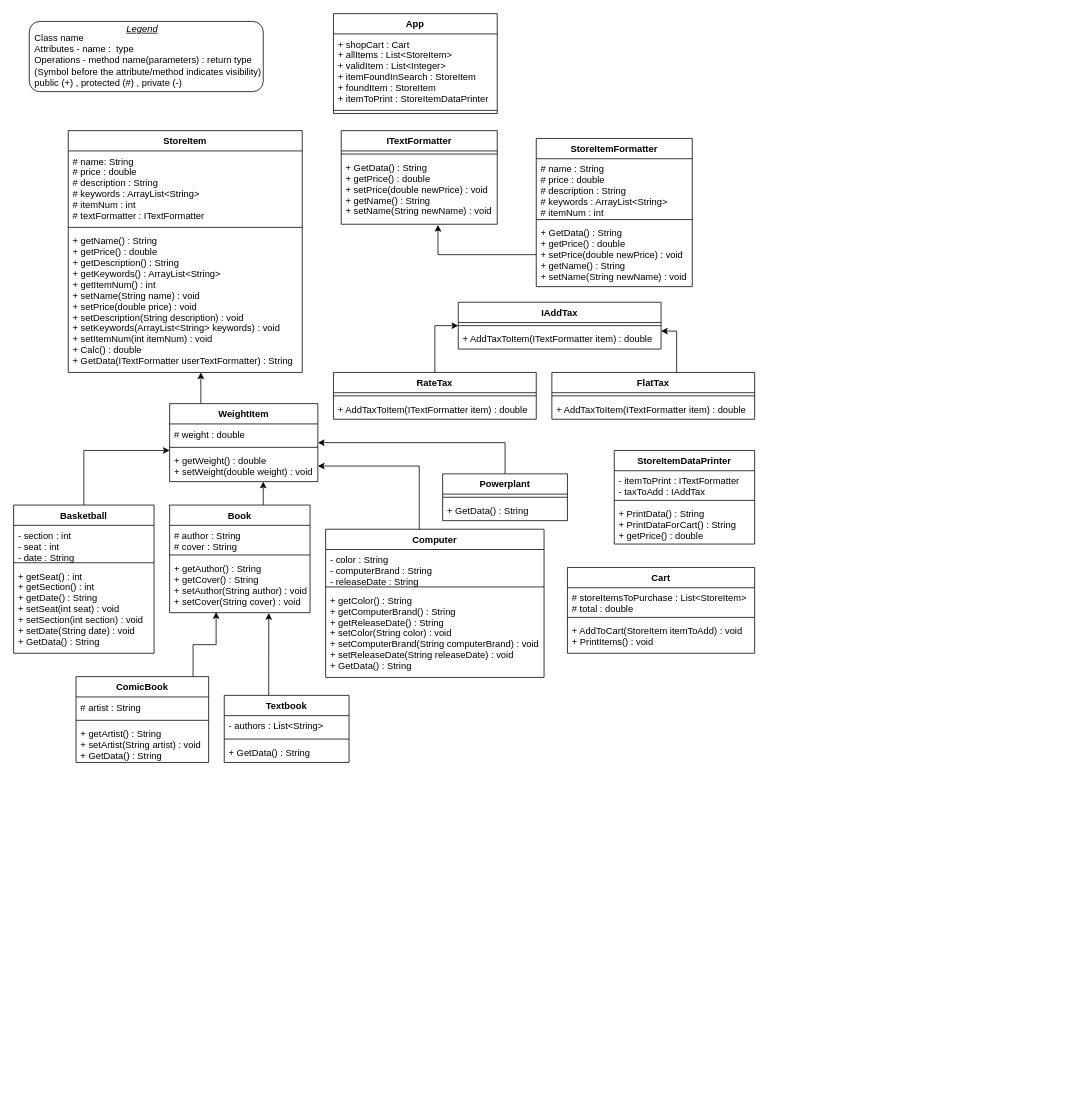
Earlier version of the draw.io diagram Virtual Store Final.drawio (Seneca-Foundation/Virtual-Store). Source tidied: cells renumbered, new cells numbered last; positions are measured from the earlier drawing's top-left corner, leaving out a move shared by most shapes. Both pictures are drawn from the tidied source at 78%, with x=0, y=0 at pixel (13, 13).
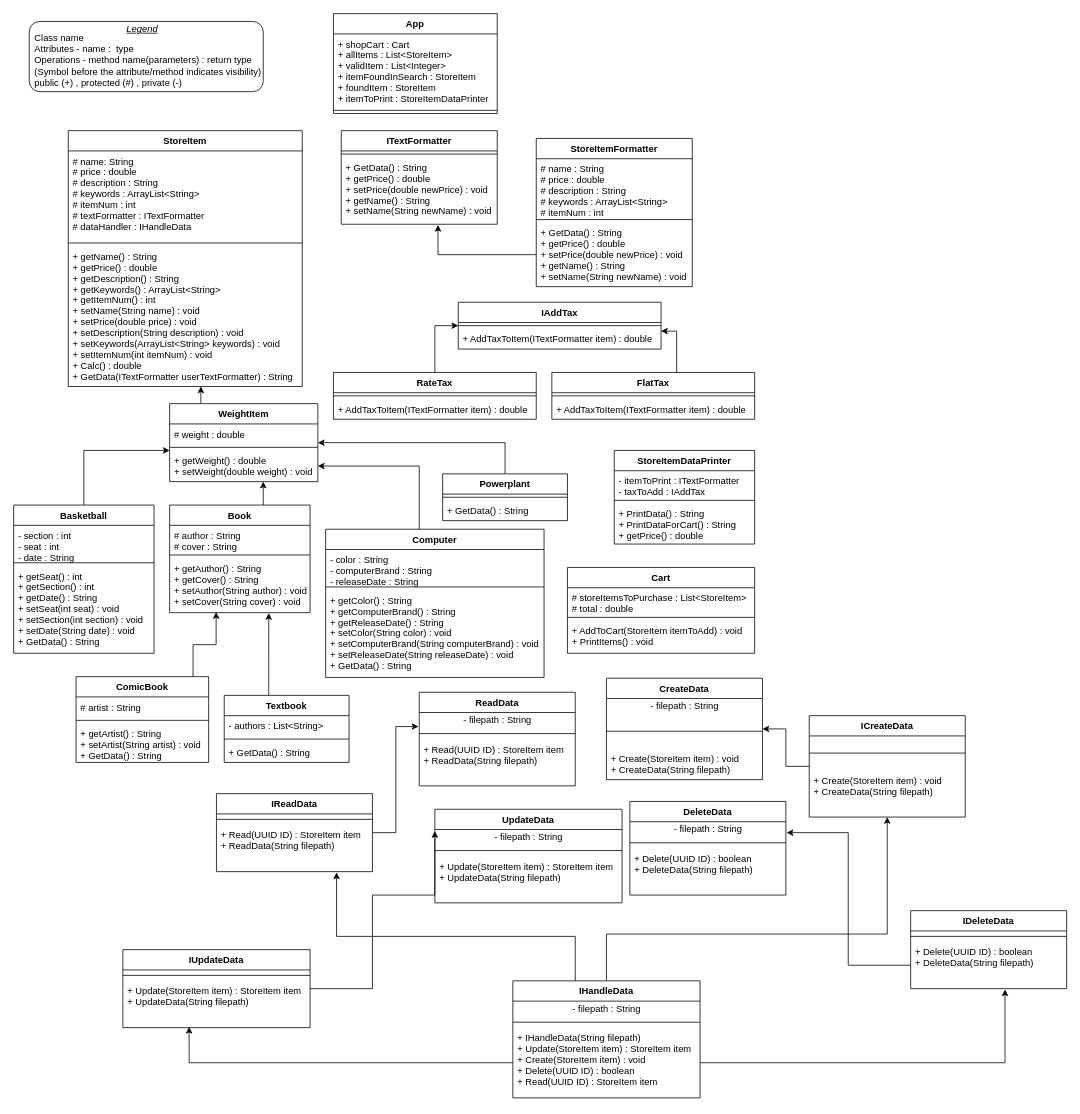
The same diagram, later.

Change to the diagram source:
```diff
@@
     <mxCell id="2" value="StoreItem" style="swimlane;fontStyle=1;align=center;verticalAlign=top;horizontal=1;startSize=26;" parent="1" vertex="1">
-      <mxGeometry x="70" y="150" width="300" height="310" as="geometry" />
+      <mxGeometry x="70" y="150" width="300" height="328" as="geometry" />
     </mxCell>
-    <mxCell id="3" value="# name: String&#10;# price : double&#10;# description : String&#10;# keywords : ArrayList&lt;String&gt;&#10;# itemNum : int&#10;# textFormatter : ITextFormatter" style="text;strokeColor=none;fillColor=none;align=left;verticalAlign=top;spacingLeft=4;spacingRight=4;overflow=hidden;" parent="2" vertex="1">
-      <mxGeometry y="26" width="300" height="94" as="geometry" />
+    <mxCell id="3" value="# name: String&#10;# price : double&#10;# description : String&#10;# keywords : ArrayList&lt;String&gt;&#10;# itemNum : int&#10;# textFormatter : ITextFormatter&#10;# dataHandler : IHandleData&#10;" style="text;strokeColor=none;fillColor=none;align=left;verticalAlign=top;spacingLeft=4;spacingRight=4;overflow=hidden;" parent="2" vertex="1">
+      <mxGeometry y="26" width="300" height="114" as="geometry" />
     </mxCell>
     <mxCell id="4" style="line;strokeWidth=1;fillColor=none;align=left;verticalAlign=middle;spacingTop=-1;spacingLeft=3;spacingRight=3;labelPosition=right;" parent="2" vertex="1">
-      <mxGeometry y="120" width="300" height="8" as="geometry" />
+      <mxGeometry y="140" width="300" height="8" as="geometry" />
     </mxCell>
     <mxCell id="5" value="+ getName() : String&#10;+ getPrice() : double&#10;+ getDescription() : String&#10;+ getKeywords() : ArrayList&lt;String&gt;&#10;+ getItemNum() : int&#10;+ setName(String name) : void&#10;+ setPrice(double price) : void&#10;+ setDescription(String description) : void&#10;+ setKeywords(ArrayList&lt;String&gt; keywords) : void&#10;+ setItemNum(int itemNum) : void&#10;+ Calc() : double&#10;+ GetData(ITextFormatter userTextFormatter) : String" style="text;strokeColor=none;fillColor=none;align=left;verticalAlign=top;spacingLeft=4;spacingRight=4;overflow=hidden;points=[[0,0.5],[1,0.5]];portConstraint=eastwest;" parent="2" vertex="1">
-      <mxGeometry y="128" width="300" height="182" as="geometry" />
+      <mxGeometry y="148" width="300" height="180" as="geometry" />
     </mxCell>
@@
+    <mxCell id="74" value="CreateData" style="swimlane;fontStyle=1;align=center;verticalAlign=top;horizontal=1;startSize=26;" parent="1" vertex="1">
+      <mxGeometry x="760" y="852" width="200" height="130" as="geometry" />
+    </mxCell>
+    <mxCell id="75" value="- filepath : String" style="text;html=1;align=center;verticalAlign=middle;strokeColor=none;" parent="74" vertex="1">
+      <mxGeometry y="26" width="200" height="20" as="geometry" />
+    </mxCell>
+    <mxCell id="76" style="line;strokeWidth=1;fillColor=none;align=left;verticalAlign=middle;spacingTop=-1;spacingLeft=3;spacingRight=3;labelPosition=right;" parent="74" vertex="1">
+      <mxGeometry y="46" width="200" height="44" as="geometry" />
+    </mxCell>
+    <mxCell id="77" value="+ Create(StoreItem item) : void&#10;+ CreateData(String filepath)" style="text;strokeColor=none;fillColor=none;align=left;verticalAlign=top;spacingLeft=4;spacingRight=4;overflow=hidden;" parent="74" vertex="1">
+      <mxGeometry y="90" width="200" height="40" as="geometry" />
+    </mxCell>
+    <mxCell id="78" value="ReadData" style="swimlane;fontStyle=1;align=center;verticalAlign=top;horizontal=1;startSize=26;" parent="1" vertex="1">
+      <mxGeometry x="520" y="870" width="200" height="120" as="geometry" />
+    </mxCell>
+    <mxCell id="79" value="- filepath : String" style="text;html=1;align=center;verticalAlign=middle;points=[];strokeColor=none;" parent="78" vertex="1">
+      <mxGeometry y="26" width="200" height="20" as="geometry" />
+    </mxCell>
+    <mxCell id="80" style="line;strokeWidth=1;fillColor=none;align=left;verticalAlign=middle;spacingTop=-1;spacingLeft=3;spacingRight=3;labelPosition=right;" parent="78" vertex="1">
+      <mxGeometry y="46" width="200" height="14" as="geometry" />
+    </mxCell>
+    <mxCell id="81" value="+ Read(UUID ID) : StoreItem item&#10;+ ReadData(String filepath)" style="text;strokeColor=none;fillColor=none;align=left;verticalAlign=top;spacingLeft=4;spacingRight=4;overflow=hidden;" parent="78" vertex="1">
+      <mxGeometry y="60" width="200" height="60" as="geometry" />
+    </mxCell>
+    <mxCell id="82" value="UpdateData" style="swimlane;fontStyle=1;align=center;verticalAlign=top;horizontal=1;startSize=26;" parent="1" vertex="1">
+      <mxGeometry x="540" y="1020" width="240" height="120" as="geometry" />
+    </mxCell>
+    <mxCell id="83" value="- filepath : String" style="text;html=1;align=center;verticalAlign=middle;points=[];strokeColor=none;" parent="82" vertex="1">
+      <mxGeometry y="26" width="240" height="20" as="geometry" />
+    </mxCell>
+    <mxCell id="84" style="line;strokeWidth=1;fillColor=none;align=left;verticalAlign=middle;spacingTop=-1;spacingLeft=3;spacingRight=3;labelPosition=right;" parent="82" vertex="1">
+      <mxGeometry y="46" width="240" height="14" as="geometry" />
+    </mxCell>
+    <mxCell id="85" value="+ Update(StoreItem item) : StoreItem item&#10;+ UpdateData(String filepath)" style="text;strokeColor=none;fillColor=none;align=left;verticalAlign=top;spacingLeft=4;spacingRight=4;overflow=hidden;" parent="82" vertex="1">
+      <mxGeometry y="60" width="240" height="60" as="geometry" />
+    </mxCell>
+    <mxCell id="86" value="DeleteData" style="swimlane;fontStyle=1;align=center;verticalAlign=top;horizontal=1;startSize=26;" parent="1" vertex="1">
+      <mxGeometry x="790" y="1010" width="200" height="120" as="geometry" />
+    </mxCell>
+    <mxCell id="87" value="- filepath : String" style="text;html=1;align=center;verticalAlign=middle;points=[];strokeColor=none;" parent="86" vertex="1">
+      <mxGeometry y="26" width="200" height="20" as="geometry" />
+    </mxCell>
+    <mxCell id="88" style="line;strokeWidth=1;fillColor=none;align=left;verticalAlign=middle;spacingTop=-1;spacingLeft=3;spacingRight=3;labelPosition=right;" parent="86" vertex="1">
+      <mxGeometry y="46" width="200" height="14" as="geometry" />
+    </mxCell>
+    <mxCell id="89" value="+ Delete(UUID ID) : boolean&#10;+ DeleteData(String filepath)" style="text;strokeColor=none;fillColor=none;align=left;verticalAlign=top;spacingLeft=4;spacingRight=4;overflow=hidden;" parent="86" vertex="1">
+      <mxGeometry y="60" width="200" height="60" as="geometry" />
+    </mxCell>
+    <mxCell id="90" style="edgeStyle=orthogonalEdgeStyle;rounded=0;jettySize=auto;html=1;entryX=-0.005;entryY=0.9;entryDx=0;entryDy=0;entryPerimeter=0;" parent="1" edge="1" source="91" target="79">
+      <mxGeometry relative="1" as="geometry" />
+    </mxCell>
+    <mxCell id="91" value="IReadData" style="swimlane;fontStyle=1;align=center;verticalAlign=top;horizontal=1;startSize=26;" parent="1" vertex="1">
+      <mxGeometry x="260" y="1000" width="200" height="100" as="geometry" />
+    </mxCell>
+    <mxCell id="92" style="line;strokeWidth=1;fillColor=none;align=left;verticalAlign=middle;spacingTop=-1;spacingLeft=3;spacingRight=3;labelPosition=right;" parent="91" vertex="1">
+      <mxGeometry y="26" width="200" height="14" as="geometry" />
+    </mxCell>
+    <mxCell id="93" value="+ Read(UUID ID) : StoreItem item&#10;+ ReadData(String filepath)" style="text;strokeColor=none;fillColor=none;align=left;verticalAlign=top;spacingLeft=4;spacingRight=4;overflow=hidden;points=[[0,0.5],[1,0.5]];portConstraint=eastwest;" parent="91" vertex="1">
+      <mxGeometry y="40" width="200" height="60" as="geometry" />
+    </mxCell>
+    <mxCell id="94" style="edgeStyle=orthogonalEdgeStyle;rounded=0;jettySize=auto;html=1;entryX=0;entryY=0.1;entryDx=0;entryDy=0;entryPerimeter=0;" parent="1" edge="1" source="95" target="83">
+      <mxGeometry relative="1" as="geometry">
+        <Array as="points">
+          <mxPoint x="460" y="1250" />
+          <mxPoint x="460" y="1130" />
+          <mxPoint x="540" y="1130" />
+        </Array>
+      </mxGeometry>
+    </mxCell>
+    <mxCell id="95" value="IUpdateData" style="swimlane;fontStyle=1;align=center;verticalAlign=top;horizontal=1;startSize=26;" parent="1" vertex="1">
+      <mxGeometry x="140" y="1200" width="240" height="100" as="geometry" />
+    </mxCell>
+    <mxCell id="96" style="line;strokeWidth=1;fillColor=none;align=left;verticalAlign=middle;spacingTop=-1;spacingLeft=3;spacingRight=3;labelPosition=right;" parent="95" vertex="1">
+      <mxGeometry y="26" width="240" height="14" as="geometry" />
+    </mxCell>
+    <mxCell id="97" value="+ Update(StoreItem item) : StoreItem item&#10;+ UpdateData(String filepath)" style="text;strokeColor=none;fillColor=none;align=left;verticalAlign=top;spacingLeft=4;spacingRight=4;overflow=hidden;points=[[0,0.5],[1,0.5]];portConstraint=eastwest;" parent="95" vertex="1">
+      <mxGeometry y="40" width="240" height="60" as="geometry" />
+    </mxCell>
+    <mxCell id="98" value="IDeleteData" style="swimlane;fontStyle=1;align=center;verticalAlign=top;horizontal=1;startSize=26;" parent="1" vertex="1">
+      <mxGeometry x="1150" y="1150" width="200" height="100" as="geometry" />
+    </mxCell>
+    <mxCell id="99" style="line;strokeWidth=1;fillColor=none;align=left;verticalAlign=middle;spacingTop=-1;spacingLeft=3;spacingRight=3;labelPosition=right;" parent="98" vertex="1">
+      <mxGeometry y="26" width="200" height="14" as="geometry" />
+    </mxCell>
+    <mxCell id="100" value="+ Delete(UUID ID) : boolean&#10;+ DeleteData(String filepath)" style="text;strokeColor=none;fillColor=none;align=left;verticalAlign=top;spacingLeft=4;spacingRight=4;overflow=hidden;points=[[0,0.5],[1,0.5]];portConstraint=eastwest;" parent="98" vertex="1">
+      <mxGeometry y="40" width="200" height="60" as="geometry" />
+    </mxCell>
+    <mxCell id="101" style="edgeStyle=orthogonalEdgeStyle;rounded=0;jettySize=auto;html=1;entryX=1.005;entryY=0.7;entryDx=0;entryDy=0;entryPerimeter=0;" parent="1" edge="1" source="100" target="87">
+      <mxGeometry relative="1" as="geometry" />
+    </mxCell>
+    <mxCell id="102" style="edgeStyle=orthogonalEdgeStyle;rounded=0;jettySize=auto;html=1;entryX=1;entryY=0.5;entryDx=0;entryDy=0;" parent="1" edge="1" source="103" target="74">
+      <mxGeometry relative="1" as="geometry" />
+    </mxCell>
+    <mxCell id="103" value="ICreateData" style="swimlane;fontStyle=1;align=center;verticalAlign=top;horizontal=1;startSize=26;" parent="1" vertex="1">
+      <mxGeometry x="1020" y="900" width="200" height="130" as="geometry" />
+    </mxCell>
+    <mxCell id="104" style="line;strokeWidth=1;fillColor=none;align=left;verticalAlign=middle;spacingTop=-1;spacingLeft=3;spacingRight=3;labelPosition=right;" parent="103" vertex="1">
+      <mxGeometry y="26" width="200" height="44" as="geometry" />
+    </mxCell>
+    <mxCell id="105" value="+ Create(StoreItem item) : void&#10;+ CreateData(String filepath)" style="text;strokeColor=none;fillColor=none;align=left;verticalAlign=top;spacingLeft=4;spacingRight=4;overflow=hidden;points=[[0,0.5],[1,0.5]];portConstraint=eastwest;" parent="103" vertex="1">
+      <mxGeometry y="70" width="200" height="60" as="geometry" />
+    </mxCell>
+    <mxCell id="106" style="edgeStyle=orthogonalEdgeStyle;rounded=0;jettySize=auto;html=1;entryX=0.5;entryY=1;entryDx=0;entryDy=0;entryPerimeter=0;" parent="1" edge="1" source="107" target="105">
+      <mxGeometry relative="1" as="geometry">
+        <Array as="points">
+          <mxPoint x="760" y="1180" />
+          <mxPoint x="1120" y="1180" />
+        </Array>
+      </mxGeometry>
+    </mxCell>
+    <mxCell id="107" value="IHandleData" style="swimlane;fontStyle=1;align=center;verticalAlign=top;horizontal=1;startSize=26;" parent="1" vertex="1">
+      <mxGeometry x="640" y="1240" width="240" height="150" as="geometry" />
+    </mxCell>
+    <mxCell id="108" value="- filepath : String" style="text;html=1;align=center;verticalAlign=middle;strokeColor=none;" parent="107" vertex="1">
+      <mxGeometry y="26" width="240" height="20" as="geometry" />
+    </mxCell>
+    <mxCell id="109" style="line;strokeWidth=1;fillColor=none;align=left;verticalAlign=middle;spacingTop=-1;spacingLeft=3;spacingRight=3;labelPosition=right;" parent="107" vertex="1">
+      <mxGeometry y="46" width="240" height="14" as="geometry" />
+    </mxCell>
+    <mxCell id="110" value="+ IHandleData(String filepath)&#10;+ Update(StoreItem item) : StoreItem item&#10;+ Create(StoreItem item) : void&#10;+ Delete(UUID ID) : boolean&#10;+ Read(UUID ID) : StoreItem item" style="text;strokeColor=none;fillColor=none;align=left;verticalAlign=top;spacingLeft=4;spacingRight=4;overflow=hidden;points=[[0,0.5],[1,0.5]];portConstraint=eastwest;" parent="107" vertex="1">
+      <mxGeometry y="60" width="240" height="90" as="geometry" />
+    </mxCell>
+    <mxCell id="111" style="edgeStyle=orthogonalEdgeStyle;rounded=0;jettySize=auto;html=1;entryX=0.605;entryY=1.017;entryDx=0;entryDy=0;entryPerimeter=0;" parent="1" edge="1" source="110" target="100">
+      <mxGeometry relative="1" as="geometry" />
+    </mxCell>
+    <mxCell id="112" style="edgeStyle=orthogonalEdgeStyle;rounded=0;jettySize=auto;html=1;entryX=0.354;entryY=0.983;entryDx=0;entryDy=0;entryPerimeter=0;" parent="1" edge="1" source="110" target="97">
+      <mxGeometry relative="1" as="geometry" />
+    </mxCell>
+    <mxCell id="113" style="edgeStyle=orthogonalEdgeStyle;rounded=0;jettySize=auto;html=1;entryX=0.77;entryY=1.017;entryDx=0;entryDy=0;entryPerimeter=0;" parent="1" edge="1" target="93">
+      <mxGeometry relative="1" as="geometry">
+        <mxPoint x="720" y="1240" as="sourcePoint" />
+        <Array as="points">
+          <mxPoint x="720" y="1183" />
+          <mxPoint x="414" y="1183" />
+        </Array>
+      </mxGeometry>
+    </mxCell>
```
